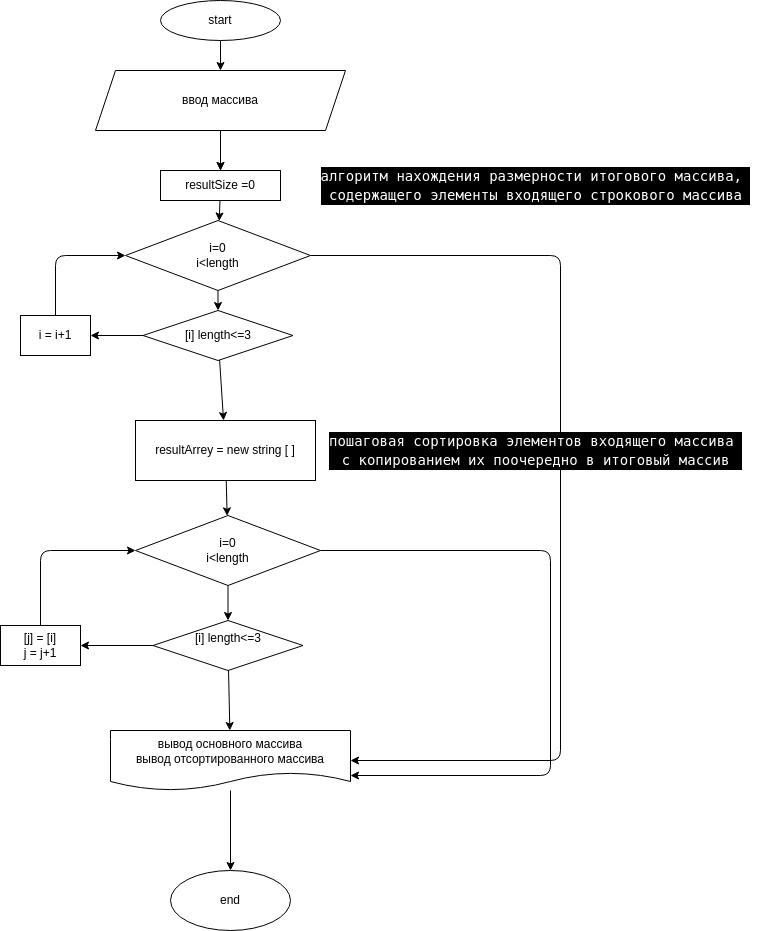
Above: blokshema.drawio.png in WhiteWolf152/ItogWork (draw.io), before the change. Source tidied: cells renumbered, new cells last; positions are measured from the earlier drawing's top-left corner, leaving out a move shared by most shapes. The source it was exported from:
```xml
<mxGraphModel>
  <root>
    <mxCell id="0" />
    <mxCell id="1" parent="0" />
    <mxCell id="2" style="edgeStyle=none;html=1;" parent="1" edge="1" source="3">
      <mxGeometry relative="1" as="geometry">
        <mxPoint x="220" y="70" as="targetPoint" />
      </mxGeometry>
    </mxCell>
    <mxCell id="3" value="start" style="ellipse;whiteSpace=wrap;html=1;" parent="1" vertex="1">
      <mxGeometry x="160" width="120" height="40" as="geometry" />
    </mxCell>
    <mxCell id="4" style="edgeStyle=none;html=1;startArrow=none;" parent="1" edge="1" source="13" target="8">
      <mxGeometry relative="1" as="geometry" />
    </mxCell>
    <mxCell id="5" style="edgeStyle=none;html=1;" parent="1" edge="1" target="13">
      <mxGeometry relative="1" as="geometry">
        <mxPoint x="220" y="150" as="sourcePoint" />
      </mxGeometry>
    </mxCell>
    <mxCell id="6" style="edgeStyle=none;html=1;" parent="1" edge="1" source="8" target="25">
      <mxGeometry relative="1" as="geometry" />
    </mxCell>
    <mxCell id="7" style="edgeStyle=none;html=1;exitX=1;exitY=0.5;exitDx=0;exitDy=0;" parent="1" edge="1" source="8">
      <mxGeometry relative="1" as="geometry">
        <mxPoint x="350" y="760" as="targetPoint" />
        <Array as="points">
          <mxPoint x="560" y="255" />
          <mxPoint x="560" y="760" />
        </Array>
      </mxGeometry>
    </mxCell>
    <mxCell id="8" value="i=0&lt;br&gt;i&amp;lt;length&lt;br&gt;" style="rhombus;whiteSpace=wrap;html=1;" parent="1" vertex="1">
      <mxGeometry x="125" y="220" width="185" height="70" as="geometry" />
    </mxCell>
    <mxCell id="9" style="edgeStyle=none;html=1;entryX=0;entryY=0.5;entryDx=0;entryDy=0;" parent="1" edge="1" source="10" target="28">
      <mxGeometry relative="1" as="geometry">
        <Array as="points">
          <mxPoint x="40" y="550" />
        </Array>
      </mxGeometry>
    </mxCell>
    <mxCell id="10" value="[j] = [i]&lt;br&gt;j = j+1" style="whiteSpace=wrap;html=1;" parent="1" vertex="1">
      <mxGeometry y="625" width="80" height="40" as="geometry" />
    </mxCell>
    <mxCell id="11" style="edgeStyle=none;html=1;entryX=0;entryY=0.5;entryDx=0;entryDy=0;" parent="1" edge="1" source="12" target="8">
      <mxGeometry relative="1" as="geometry">
        <Array as="points">
          <mxPoint x="55" y="255" />
        </Array>
      </mxGeometry>
    </mxCell>
    <mxCell id="12" value="i = i+1" style="whiteSpace=wrap;html=1;" parent="1" vertex="1">
      <mxGeometry x="20" y="315" width="70" height="40" as="geometry" />
    </mxCell>
    <mxCell id="13" value="resultSize =0&lt;font face=&quot;helvetica&quot;&gt;&lt;br&gt;&lt;/font&gt;" style="whiteSpace=wrap;html=1;" parent="1" vertex="1">
      <mxGeometry x="160" y="170" width="120" height="30" as="geometry" />
    </mxCell>
    <mxCell id="14" style="edgeStyle=none;html=1;endArrow=none;" parent="1" edge="1" target="13">
      <mxGeometry relative="1" as="geometry">
        <mxPoint x="220" y="150" as="sourcePoint" />
      </mxGeometry>
    </mxCell>
    <mxCell id="15" style="edgeStyle=none;html=1;" parent="1" edge="1" source="16" target="28">
      <mxGeometry relative="1" as="geometry" />
    </mxCell>
    <mxCell id="16" value="&lt;span&gt;resultArrey = new string [ ]&lt;/span&gt;" style="whiteSpace=wrap;html=1;" parent="1" vertex="1">
      <mxGeometry x="135" y="420" width="180" height="60" as="geometry" />
    </mxCell>
    <mxCell id="17" style="edgeStyle=none;html=1;" parent="1" edge="1" source="18" target="32">
      <mxGeometry relative="1" as="geometry" />
    </mxCell>
    <mxCell id="18" value="вывод основного массива&lt;br&gt;вывод отсортированного массива" style="shape=document;whiteSpace=wrap;html=1;boundedLbl=1;" parent="1" vertex="1">
      <mxGeometry x="110" y="730" width="240" height="60" as="geometry" />
    </mxCell>
    <mxCell id="19" value="&lt;div style=&quot;color: rgb(255 , 255 , 255) ; background-color: rgb(0 , 0 , 0) ; font-family: &amp;#34;droid sans mono&amp;#34; , &amp;#34;monospace&amp;#34; , monospace ; font-size: 14px ; line-height: 19px&quot;&gt;алгоритм нахождения размерности итогового массива,&amp;nbsp;&lt;/div&gt;&lt;div style=&quot;color: rgb(255 , 255 , 255) ; background-color: rgb(0 , 0 , 0) ; font-family: &amp;#34;droid sans mono&amp;#34; , &amp;#34;monospace&amp;#34; , monospace ; font-size: 14px ; line-height: 19px&quot;&gt;содержащего элементы входящего строкового массива&lt;/div&gt;" style="text;html=1;align=center;verticalAlign=middle;strokeColor=none;fillColor=none;" parent="1" vertex="1">
      <mxGeometry x="310" y="165" width="450" height="40" as="geometry" />
    </mxCell>
    <mxCell id="20" value="&lt;div style=&quot;color: rgb(255 , 255 , 255) ; background-color: rgb(0 , 0 , 0) ; font-family: &amp;#34;droid sans mono&amp;#34; , &amp;#34;monospace&amp;#34; , monospace ; font-size: 14px ; line-height: 19px&quot;&gt;пошаговая сортировка элементов входящего массива&amp;nbsp;&lt;/div&gt;&lt;div style=&quot;color: rgb(255 , 255 , 255) ; background-color: rgb(0 , 0 , 0) ; font-family: &amp;#34;droid sans mono&amp;#34; , &amp;#34;monospace&amp;#34; , monospace ; font-size: 14px ; line-height: 19px&quot;&gt;с копированием их поочередно в итоговый массив&lt;/div&gt;" style="text;html=1;align=center;verticalAlign=middle;strokeColor=none;fillColor=none;" parent="1" vertex="1">
      <mxGeometry x="320" y="430" width="430" height="40" as="geometry" />
    </mxCell>
    <mxCell id="21" style="edgeStyle=none;html=1;" parent="1" edge="1" source="22" target="13">
      <mxGeometry relative="1" as="geometry" />
    </mxCell>
    <mxCell id="22" value="ввод массива" style="shape=parallelogram;perimeter=parallelogramPerimeter;whiteSpace=wrap;html=1;fixedSize=1;" parent="1" vertex="1">
      <mxGeometry x="95" y="70" width="250" height="60" as="geometry" />
    </mxCell>
    <mxCell id="23" style="edgeStyle=none;html=1;" parent="1" edge="1" source="25" target="12">
      <mxGeometry relative="1" as="geometry" />
    </mxCell>
    <mxCell id="24" style="edgeStyle=none;html=1;" parent="1" edge="1" source="25" target="16">
      <mxGeometry relative="1" as="geometry" />
    </mxCell>
    <mxCell id="25" value="&lt;span&gt;[i] length&amp;lt;=3&lt;/span&gt;" style="rhombus;whiteSpace=wrap;html=1;" parent="1" vertex="1">
      <mxGeometry x="142.5" y="310" width="150" height="50" as="geometry" />
    </mxCell>
    <mxCell id="26" style="edgeStyle=none;html=1;" parent="1" edge="1" source="28" target="31">
      <mxGeometry relative="1" as="geometry" />
    </mxCell>
    <mxCell id="27" style="edgeStyle=none;html=1;entryX=1;entryY=0.75;entryDx=0;entryDy=0;exitX=1;exitY=0.5;exitDx=0;exitDy=0;" parent="1" edge="1" source="28" target="18">
      <mxGeometry relative="1" as="geometry">
        <Array as="points">
          <mxPoint x="550" y="550" />
          <mxPoint x="550" y="775" />
        </Array>
      </mxGeometry>
    </mxCell>
    <mxCell id="28" value="i=0&lt;br&gt;i&amp;lt;length&lt;br&gt;" style="rhombus;whiteSpace=wrap;html=1;" parent="1" vertex="1">
      <mxGeometry x="135" y="515" width="185" height="70" as="geometry" />
    </mxCell>
    <mxCell id="29" style="edgeStyle=none;html=1;" parent="1" edge="1" source="31" target="10">
      <mxGeometry relative="1" as="geometry" />
    </mxCell>
    <mxCell id="30" style="edgeStyle=none;html=1;" parent="1" edge="1" source="31" target="18">
      <mxGeometry relative="1" as="geometry" />
    </mxCell>
    <mxCell id="31" value="&lt;span&gt;[i] length&amp;lt;=3&lt;br&gt;&lt;br&gt;&lt;/span&gt;" style="rhombus;whiteSpace=wrap;html=1;" parent="1" vertex="1">
      <mxGeometry x="152.5" y="620" width="150" height="50" as="geometry" />
    </mxCell>
    <mxCell id="32" value="end" style="ellipse;whiteSpace=wrap;html=1;" parent="1" vertex="1">
      <mxGeometry x="170" y="870" width="120" height="60" as="geometry" />
    </mxCell>
  </root>
</mxGraphModel>
```
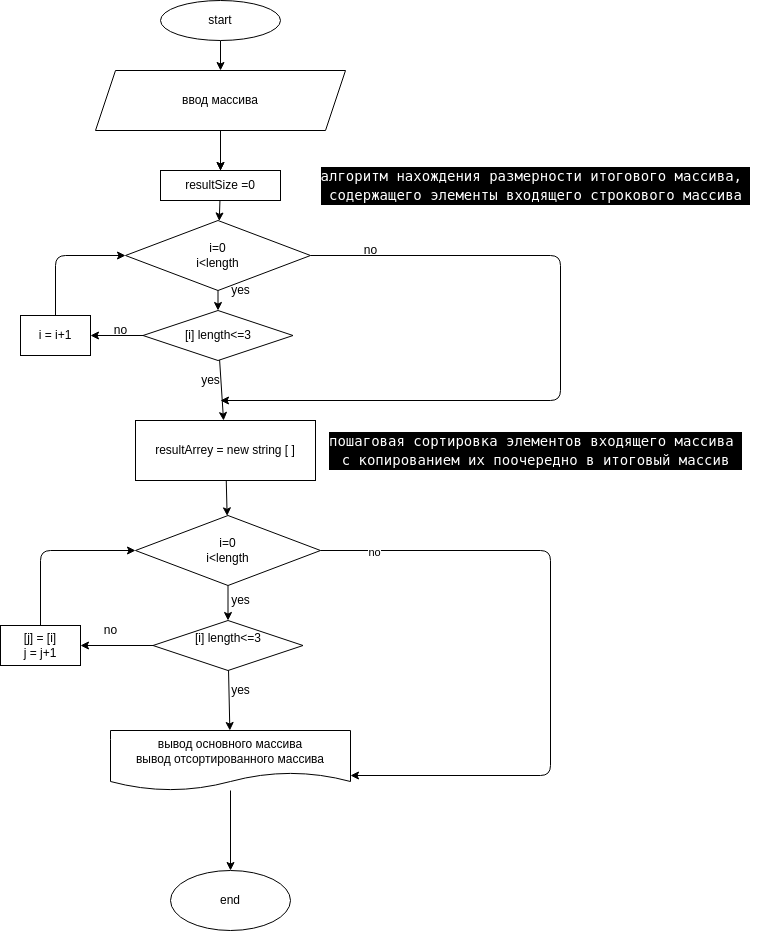
After the change.

What changed in the source:
```diff
@@ -23,10 +23,10 @@
     </mxCell>
     <mxCell id="7" style="edgeStyle=none;html=1;exitX=1;exitY=0.5;exitDx=0;exitDy=0;" parent="1" edge="1" source="8">
       <mxGeometry relative="1" as="geometry">
-        <mxPoint x="350" y="760" as="targetPoint" />
+        <mxPoint x="220" y="400" as="targetPoint" />
         <Array as="points">
           <mxPoint x="560" y="255" />
-          <mxPoint x="560" y="760" />
+          <mxPoint x="560" y="400" />
         </Array>
       </mxGeometry>
     </mxCell>
@@ -105,6 +105,9 @@
         </Array>
       </mxGeometry>
     </mxCell>
+    <mxCell id="33" value="no" style="edgeLabel;html=1;align=center;verticalAlign=middle;" parent="27" vertex="1">
+      <mxGeometry x="-0.84" y="-1" relative="1" as="geometry" />
+    </mxCell>
     <mxCell id="28" value="i=0&lt;br&gt;i&amp;lt;length&lt;br&gt;" style="rhombus;whiteSpace=wrap;html=1;" parent="1" vertex="1">
       <mxGeometry x="135" y="515" width="185" height="70" as="geometry" />
     </mxCell>
@@ -120,5 +123,26 @@
     <mxCell id="32" value="end" style="ellipse;whiteSpace=wrap;html=1;" parent="1" vertex="1">
       <mxGeometry x="170" y="870" width="120" height="60" as="geometry" />
     </mxCell>
+    <mxCell id="34" value="yes" style="text;html=1;align=center;verticalAlign=middle;strokeColor=none;fillColor=none;" parent="1" vertex="1">
+      <mxGeometry x="225" y="280" width="30" height="20" as="geometry" />
+    </mxCell>
+    <mxCell id="35" value="no" style="text;html=1;align=center;verticalAlign=middle;strokeColor=none;fillColor=none;" parent="1" vertex="1">
+      <mxGeometry x="355" y="240" width="30" height="20" as="geometry" />
+    </mxCell>
+    <mxCell id="36" value="no" style="text;html=1;align=center;verticalAlign=middle;strokeColor=none;fillColor=none;" parent="1" vertex="1">
+      <mxGeometry x="105" y="320" width="30" height="20" as="geometry" />
+    </mxCell>
+    <mxCell id="37" value="yes" style="text;html=1;align=center;verticalAlign=middle;strokeColor=none;fillColor=none;" parent="1" vertex="1">
+      <mxGeometry x="195" y="370" width="30" height="20" as="geometry" />
+    </mxCell>
+    <mxCell id="38" value="yes" style="text;html=1;align=center;verticalAlign=middle;strokeColor=none;fillColor=none;" parent="1" vertex="1">
+      <mxGeometry x="225" y="590" width="30" height="20" as="geometry" />
+    </mxCell>
+    <mxCell id="39" value="no" style="text;html=1;align=center;verticalAlign=middle;strokeColor=none;fillColor=none;" parent="1" vertex="1">
+      <mxGeometry x="95" y="620" width="30" height="20" as="geometry" />
+    </mxCell>
+    <mxCell id="40" value="yes" style="text;html=1;align=center;verticalAlign=middle;strokeColor=none;fillColor=none;" parent="1" vertex="1">
+      <mxGeometry x="225" y="680" width="30" height="20" as="geometry" />
+    </mxCell>
   </root>
 </mxGraphModel>
```
